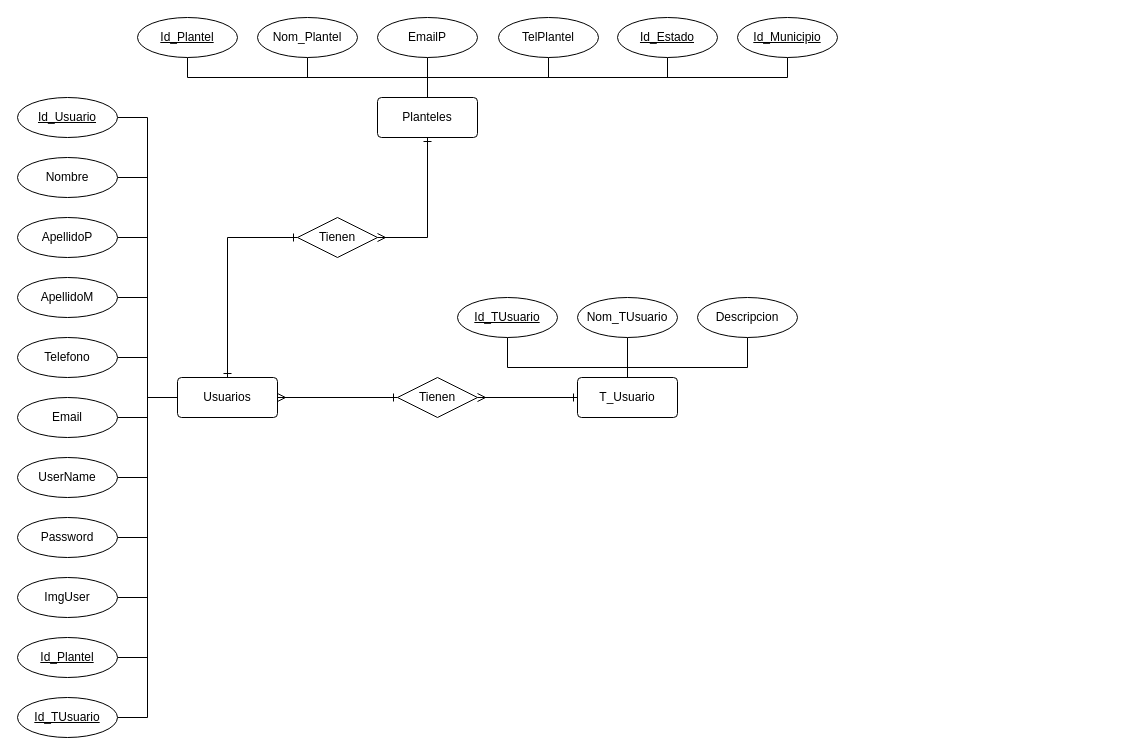
The draw.io diagram NewProyectOne.drawio in AbiMendoza06/ProyectOne, before the edit. Source tidied: cells renumbered, new cells numbered last; positions are measured from the earlier drawing's top-left corner, leaving out a move shared by most shapes. Both pictures are drawn from the tidied source at 100%, with x=0, y=0 at pixel (17, 17).
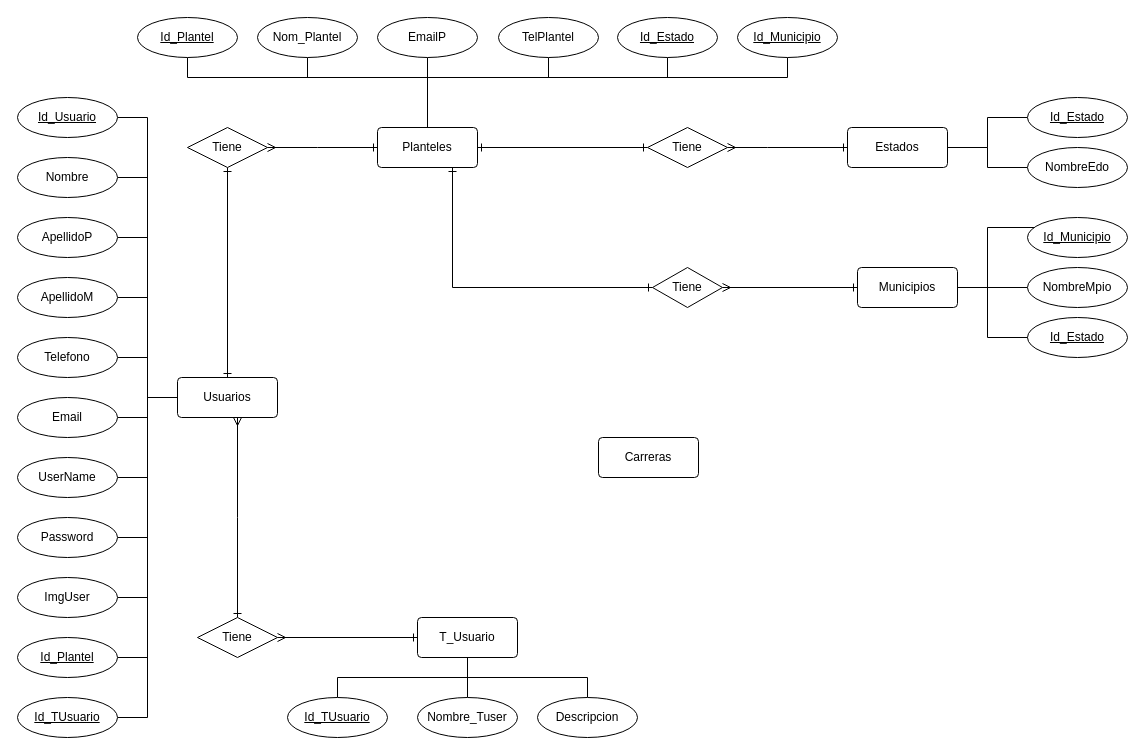
The same page after the edit.

The change refers to these unchanged cells:
```xml
<mxCell id="3" value="Usuarios" style="rounded=1;arcSize=10;whiteSpace=wrap;html=1;align=center;" parent="1" vertex="1">
  <mxGeometry x="160" y="360" width="100" height="40" as="geometry" />
</mxCell>
<mxCell id="37" value="Id_Plantel" style="ellipse;whiteSpace=wrap;html=1;align=center;fontStyle=4;" parent="1" vertex="1">
  <mxGeometry x="120" width="100" height="40" as="geometry" />
</mxCell>
```

Diff of the diagram source:
```diff
@@
-    <mxCell id="2" style="edgeStyle=orthogonalEdgeStyle;rounded=0;jettySize=auto;html=1;entryX=0;entryY=0.5;entryDx=0;entryDy=0;startArrow=ERmany;startFill=0;endArrow=ERone;endFill=0;" parent="1" edge="1" source="3" target="27">
-      <mxGeometry relative="1" as="geometry" />
+    <mxCell id="2" style="edgeStyle=orthogonalEdgeStyle;rounded=0;jettySize=auto;html=1;entryX=0.5;entryY=0;entryDx=0;entryDy=0;startArrow=ERmany;startFill=0;endArrow=ERone;endFill=0;" parent="1" edge="1" source="3" target="27">
+      <mxGeometry relative="1" as="geometry">
+        <Array as="points">
+          <mxPoint x="220" y="500" />
+          <mxPoint x="220" y="500" />
+        </Array>
+      </mxGeometry>
     </mxCell>
@@
-    <mxCell id="27" value="Tienen" style="shape=rhombus;perimeter=rhombusPerimeter;whiteSpace=wrap;html=1;align=center;" parent="1" vertex="1">
-      <mxGeometry x="380" y="360" width="80" height="40" as="geometry" />
+    <mxCell id="27" value="Tiene" style="shape=rhombus;perimeter=rhombusPerimeter;whiteSpace=wrap;html=1;align=center;" parent="1" vertex="1">
+      <mxGeometry x="180" y="600" width="80" height="40" as="geometry" />
     </mxCell>
     <mxCell id="28" value="T_Usuario" style="rounded=1;arcSize=10;whiteSpace=wrap;html=1;align=center;" parent="1" vertex="1">
-      <mxGeometry x="560" y="360" width="100" height="40" as="geometry" />
+      <mxGeometry x="400" y="600" width="100" height="40" as="geometry" />
     </mxCell>
-    <mxCell id="29" style="edgeStyle=orthogonalEdgeStyle;rounded=0;jettySize=auto;html=1;endArrow=none;endFill=0;" parent="1" edge="1" source="30" target="28">
+    <mxCell id="29" style="edgeStyle=orthogonalEdgeStyle;rounded=0;jettySize=auto;html=1;entryX=0.5;entryY=1;entryDx=0;entryDy=0;endArrow=none;endFill=0;" parent="1" edge="1" source="30" target="28">
       <mxGeometry relative="1" as="geometry">
         <Array as="points">
-          <mxPoint x="490" y="350" />
-          <mxPoint x="610" y="350" />
+          <mxPoint x="320" y="660" />
+          <mxPoint x="450" y="660" />
         </Array>
       </mxGeometry>
     </mxCell>
     <mxCell id="30" value="Id_TUsuario" style="ellipse;whiteSpace=wrap;html=1;align=center;fontStyle=4;" parent="1" vertex="1">
-      <mxGeometry x="440" y="280" width="100" height="40" as="geometry" />
+      <mxGeometry x="270" y="680" width="100" height="40" as="geometry" />
     </mxCell>
-    <mxCell id="31" style="edgeStyle=orthogonalEdgeStyle;rounded=0;jettySize=auto;html=1;entryX=0.5;entryY=0;entryDx=0;entryDy=0;endArrow=none;endFill=0;" parent="1" edge="1" source="32" target="28">
+    <mxCell id="31" style="edgeStyle=orthogonalEdgeStyle;rounded=0;jettySize=auto;html=1;endArrow=none;endFill=0;" parent="1" edge="1" source="32" target="28">
       <mxGeometry relative="1" as="geometry" />
     </mxCell>
-    <mxCell id="32" value="Nom_TUsuario" style="ellipse;whiteSpace=wrap;html=1;align=center;fontStyle=0;" parent="1" vertex="1">
-      <mxGeometry x="560" y="280" width="100" height="40" as="geometry" />
+    <mxCell id="32" value="Nombre_Tuser" style="ellipse;whiteSpace=wrap;html=1;align=center;fontStyle=0;" parent="1" vertex="1">
+      <mxGeometry x="400" y="680" width="100" height="40" as="geometry" />
     </mxCell>
-    <mxCell id="33" style="edgeStyle=orthogonalEdgeStyle;rounded=0;jettySize=auto;html=1;entryX=0.5;entryY=0;entryDx=0;entryDy=0;endArrow=none;endFill=0;" parent="1" edge="1" source="34" target="28">
+    <mxCell id="33" style="edgeStyle=orthogonalEdgeStyle;rounded=0;jettySize=auto;html=1;entryX=0.5;entryY=1;entryDx=0;entryDy=0;endArrow=none;endFill=0;" parent="1" edge="1" source="34" target="28">
       <mxGeometry relative="1" as="geometry">
         <Array as="points">
-          <mxPoint x="730" y="350" />
-          <mxPoint x="610" y="350" />
+          <mxPoint x="570" y="660" />
+          <mxPoint x="450" y="660" />
         </Array>
       </mxGeometry>
     </mxCell>
     <mxCell id="34" value="Descripcion" style="ellipse;whiteSpace=wrap;html=1;align=center;fontStyle=0;" parent="1" vertex="1">
-      <mxGeometry x="680" y="280" width="100" height="40" as="geometry" />
+      <mxGeometry x="520" y="680" width="100" height="40" as="geometry" />
     </mxCell>
+    <mxCell id="51" style="edgeStyle=orthogonalEdgeStyle;rounded=0;jettySize=auto;html=1;endArrow=ERone;endFill=0;startArrow=ERone;startFill=0;" parent="1" edge="1" source="35" target="58">
+      <mxGeometry relative="1" as="geometry" />
+    </mxCell>
     <mxCell id="35" value="Planteles" style="rounded=1;arcSize=10;whiteSpace=wrap;html=1;align=center;" parent="1" vertex="1">
-      <mxGeometry x="360" y="80" width="100" height="40" as="geometry" />
+      <mxGeometry x="360" y="110" width="100" height="40" as="geometry" />
     </mxCell>
     <mxCell id="36" style="edgeStyle=orthogonalEdgeStyle;rounded=0;jettySize=auto;html=1;exitX=0.5;exitY=1;exitDx=0;exitDy=0;entryX=0.5;entryY=0;entryDx=0;entryDy=0;endArrow=none;endFill=0;" parent="1" edge="1" source="37" target="35">
-      <mxGeometry relative="1" as="geometry" />
+      <mxGeometry relative="1" as="geometry">
+        <Array as="points">
+          <mxPoint x="170" y="60" />
+          <mxPoint x="410" y="60" />
+        </Array>
+      </mxGeometry>
     </mxCell>
@@
-    <mxCell id="49" value="Tienen" style="shape=rhombus;perimeter=rhombusPerimeter;whiteSpace=wrap;html=1;align=center;" parent="1" vertex="1">
-      <mxGeometry x="280" y="200" width="80" height="40" as="geometry" />
+    <mxCell id="49" value="Tiene" style="shape=rhombus;perimeter=rhombusPerimeter;whiteSpace=wrap;html=1;align=center;" parent="1" vertex="1">
+      <mxGeometry x="170" y="110" width="80" height="40" as="geometry" />
     </mxCell>
-    <mxCell id="50" style="edgeStyle=orthogonalEdgeStyle;rounded=0;jettySize=auto;html=1;startArrow=ERone;startFill=0;endArrow=ERmany;endFill=0;exitX=0.5;exitY=1;exitDx=0;exitDy=0;entryX=1;entryY=0.5;entryDx=0;entryDy=0;" parent="1" edge="1" source="35" target="49">
+    <mxCell id="50" style="edgeStyle=orthogonalEdgeStyle;rounded=0;jettySize=auto;html=1;startArrow=ERone;startFill=0;endArrow=ERmany;endFill=0;entryX=1;entryY=0.5;entryDx=0;entryDy=0;exitX=0;exitY=0.5;exitDx=0;exitDy=0;" parent="1" edge="1" source="35" target="49">
       <mxGeometry relative="1" as="geometry">
         <Array as="points">
-          <mxPoint x="410" y="220" />
+          <mxPoint x="300" y="130" />
+          <mxPoint x="300" y="130" />
         </Array>
       </mxGeometry>
     </mxCell>
+    <mxCell id="52" style="edgeStyle=orthogonalEdgeStyle;rounded=0;jettySize=auto;html=1;endArrow=none;endFill=0;" parent="1" edge="1" source="55" target="56">
+      <mxGeometry relative="1" as="geometry">
+        <Array as="points">
+          <mxPoint x="970" y="130" />
+          <mxPoint x="970" y="100" />
+        </Array>
+      </mxGeometry>
+    </mxCell>
+    <mxCell id="53" style="edgeStyle=orthogonalEdgeStyle;rounded=0;jettySize=auto;html=1;endArrow=none;endFill=0;" parent="1" edge="1" source="55" target="57">
+      <mxGeometry relative="1" as="geometry" />
+    </mxCell>
+    <mxCell id="54" style="edgeStyle=orthogonalEdgeStyle;rounded=0;jettySize=auto;html=1;entryX=1;entryY=0.5;entryDx=0;entryDy=0;endArrow=ERmany;endFill=0;startArrow=ERone;startFill=0;" parent="1" edge="1" source="55" target="58">
+      <mxGeometry relative="1" as="geometry">
+        <Array as="points">
+          <mxPoint x="750" y="130" />
+          <mxPoint x="750" y="130" />
+        </Array>
+      </mxGeometry>
+    </mxCell>
+    <mxCell id="55" value="Estados" style="rounded=1;arcSize=10;whiteSpace=wrap;html=1;align=center;" parent="1" vertex="1">
+      <mxGeometry x="830" y="110" width="100" height="40" as="geometry" />
+    </mxCell>
+    <mxCell id="56" value="Id_Estado" style="ellipse;whiteSpace=wrap;html=1;align=center;fontStyle=4;" parent="1" vertex="1">
+      <mxGeometry x="1010" y="80" width="100" height="40" as="geometry" />
+    </mxCell>
+    <mxCell id="57" value="NombreEdo" style="ellipse;whiteSpace=wrap;html=1;align=center;fontStyle=0;" parent="1" vertex="1">
+      <mxGeometry x="1010" y="130" width="100" height="40" as="geometry" />
+    </mxCell>
+    <mxCell id="58" value="Tiene" style="shape=rhombus;perimeter=rhombusPerimeter;whiteSpace=wrap;html=1;align=center;" parent="1" vertex="1">
+      <mxGeometry x="630" y="110" width="80" height="40" as="geometry" />
+    </mxCell>
+    <mxCell id="59" style="edgeStyle=orthogonalEdgeStyle;rounded=0;jettySize=auto;html=1;endArrow=ERone;endFill=0;startArrow=ERmany;startFill=0;" parent="1" edge="1" source="60" target="64">
+      <mxGeometry relative="1" as="geometry">
+        <Array as="points">
+          <mxPoint x="860" y="250" />
+        </Array>
+      </mxGeometry>
+    </mxCell>
+    <mxCell id="60" value="Tiene" style="shape=rhombus;perimeter=rhombusPerimeter;whiteSpace=wrap;html=1;align=center;" parent="1" vertex="1">
+      <mxGeometry x="635" y="250" width="70" height="40" as="geometry" />
+    </mxCell>
+    <mxCell id="61" style="edgeStyle=orthogonalEdgeStyle;rounded=0;jettySize=auto;html=1;endArrow=ERone;endFill=0;startArrow=ERone;startFill=0;entryX=0;entryY=0.5;entryDx=0;entryDy=0;exitX=0.75;exitY=1;exitDx=0;exitDy=0;" parent="1" edge="1" source="35" target="60">
+      <mxGeometry relative="1" as="geometry">
+        <Array as="points">
+          <mxPoint x="435" y="270" />
+        </Array>
+      </mxGeometry>
+    </mxCell>
+    <mxCell id="62" style="edgeStyle=orthogonalEdgeStyle;rounded=0;jettySize=auto;html=1;endArrow=none;endFill=0;" parent="1" edge="1" source="64" target="65">
+      <mxGeometry relative="1" as="geometry">
+        <Array as="points">
+          <mxPoint x="970" y="270" />
+          <mxPoint x="970" y="210" />
+        </Array>
+      </mxGeometry>
+    </mxCell>
+    <mxCell id="63" style="edgeStyle=orthogonalEdgeStyle;rounded=0;jettySize=auto;html=1;endArrow=none;endFill=0;" parent="1" edge="1" source="64" target="66">
+      <mxGeometry relative="1" as="geometry">
+        <Array as="points">
+          <mxPoint x="960" y="270" />
+          <mxPoint x="960" y="270" />
+        </Array>
+      </mxGeometry>
+    </mxCell>
+    <mxCell id="64" value="Municipios" style="rounded=1;arcSize=10;whiteSpace=wrap;html=1;align=center;" parent="1" vertex="1">
+      <mxGeometry x="840" y="250" width="100" height="40" as="geometry" />
+    </mxCell>
+    <mxCell id="65" value="Id_Municipio" style="ellipse;whiteSpace=wrap;html=1;align=center;fontStyle=4;" parent="1" vertex="1">
+      <mxGeometry x="1010" y="200" width="100" height="40" as="geometry" />
+    </mxCell>
+    <mxCell id="66" value="NombreMpio" style="ellipse;whiteSpace=wrap;html=1;align=center;fontStyle=0;" parent="1" vertex="1">
+      <mxGeometry x="1010" y="250" width="100" height="40" as="geometry" />
+    </mxCell>
+    <mxCell id="67" value="Id_Estado" style="ellipse;whiteSpace=wrap;html=1;align=center;fontStyle=4;" parent="1" vertex="1">
+      <mxGeometry x="1010" y="300" width="100" height="40" as="geometry" />
+    </mxCell>
+    <mxCell id="68" style="edgeStyle=orthogonalEdgeStyle;rounded=0;jettySize=auto;html=1;endArrow=none;endFill=0;exitX=1;exitY=0.5;exitDx=0;exitDy=0;entryX=0;entryY=0.5;entryDx=0;entryDy=0;" parent="1" edge="1" source="64" target="67">
+      <mxGeometry relative="1" as="geometry">
+        <Array as="points">
+          <mxPoint x="940" y="270" />
+          <mxPoint x="970" y="270" />
+          <mxPoint x="970" y="320" />
+        </Array>
+      </mxGeometry>
+    </mxCell>
+    <mxCell id="69" value="Carreras" style="rounded=1;arcSize=10;whiteSpace=wrap;html=1;align=center;" parent="1" vertex="1">
+      <mxGeometry x="581" y="420" width="100" height="40" as="geometry" />
+    </mxCell>
```
